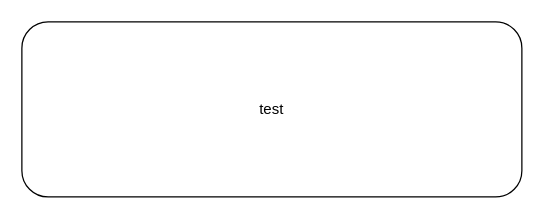
Above: Untitled Diagram.drawio.xml in KMSAAO/holbertonschool-hbnb (draw.io), before the change. Source tidied: cells renumbered, new cells numbered last; positions are measured from the earlier drawing's top-left corner, leaving out a move shared by most shapes. Both pictures are drawn from the tidied source at 125%, with x=0, y=0 at pixel (21, 21).
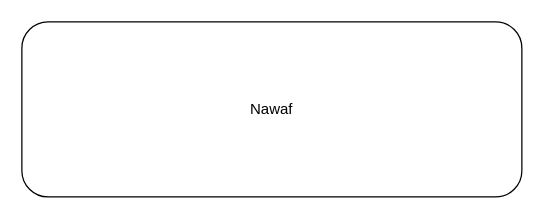
After the change.

Diff of the diagram source:
```diff
@@
 <mxGraphModel>
   <root>
     <mxCell id="0" />
     <mxCell id="1" parent="0" />
     <mxCell id="2" style="ellipse;whiteSpace=wrap;html=1;fillColor=#60a917;fontColor=#ffffff;strokeColor=#2D7600;" parent="1" vertex="1">
       <mxGeometry x="20" y="30" width="120" height="80" as="geometry" />
     </mxCell>
-    <mxCell id="3" value="test" style="rounded=1;whiteSpace=wrap;html=1;" parent="1" vertex="1">
+    <mxCell id="3" value="Nawaf" style="rounded=1;whiteSpace=wrap;html=1;" parent="1" vertex="1">
       <mxGeometry width="400" height="140" as="geometry" />
     </mxCell>
   </root>
 </mxGraphModel>
```
